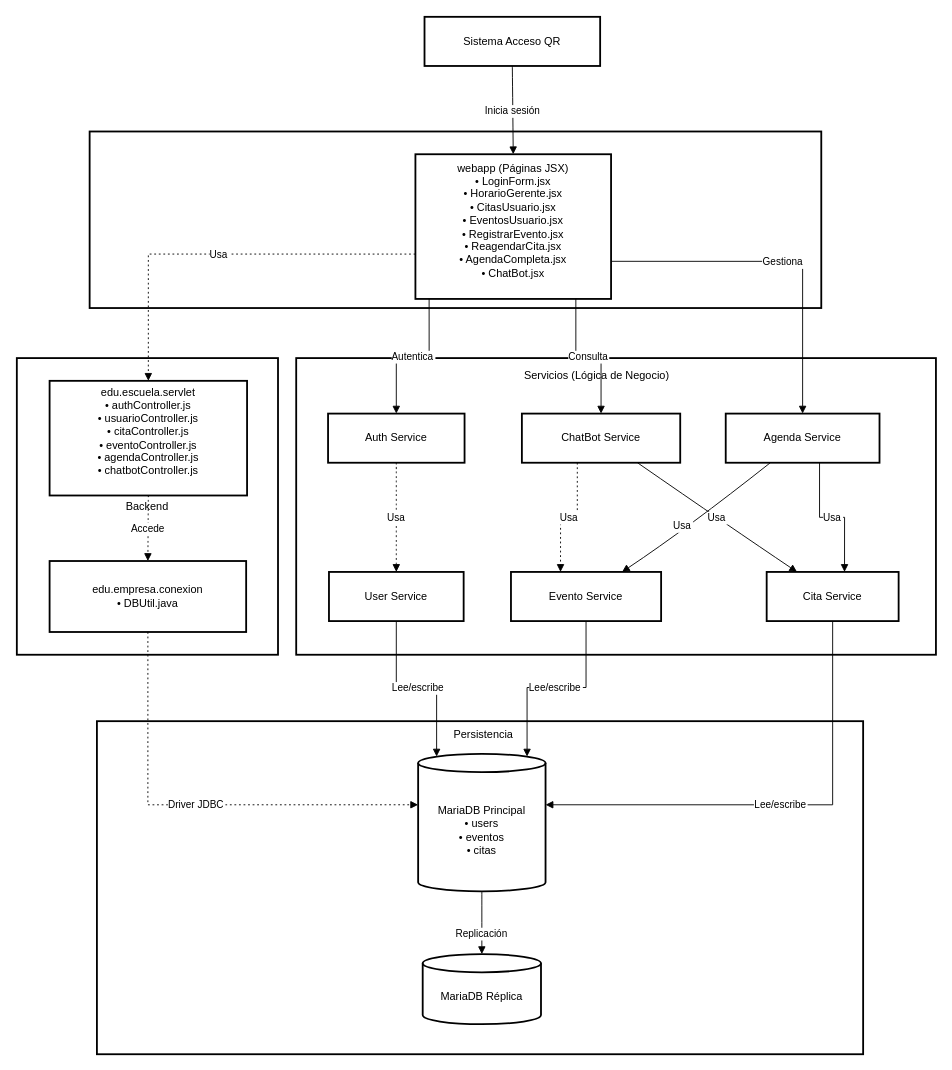
Before: DIAGRA_COMPONENTES.drawio in RogerNegrete/sistemas-distribuidos, a draw.io diagram. Source tidied: cells renumbered, new cells numbered last; positions are measured from the earlier drawing's top-left corner, leaving out a move shared by most shapes. Both pictures are drawn from the tidied source at 91%, with x=0, y=0 at pixel (16, 16).
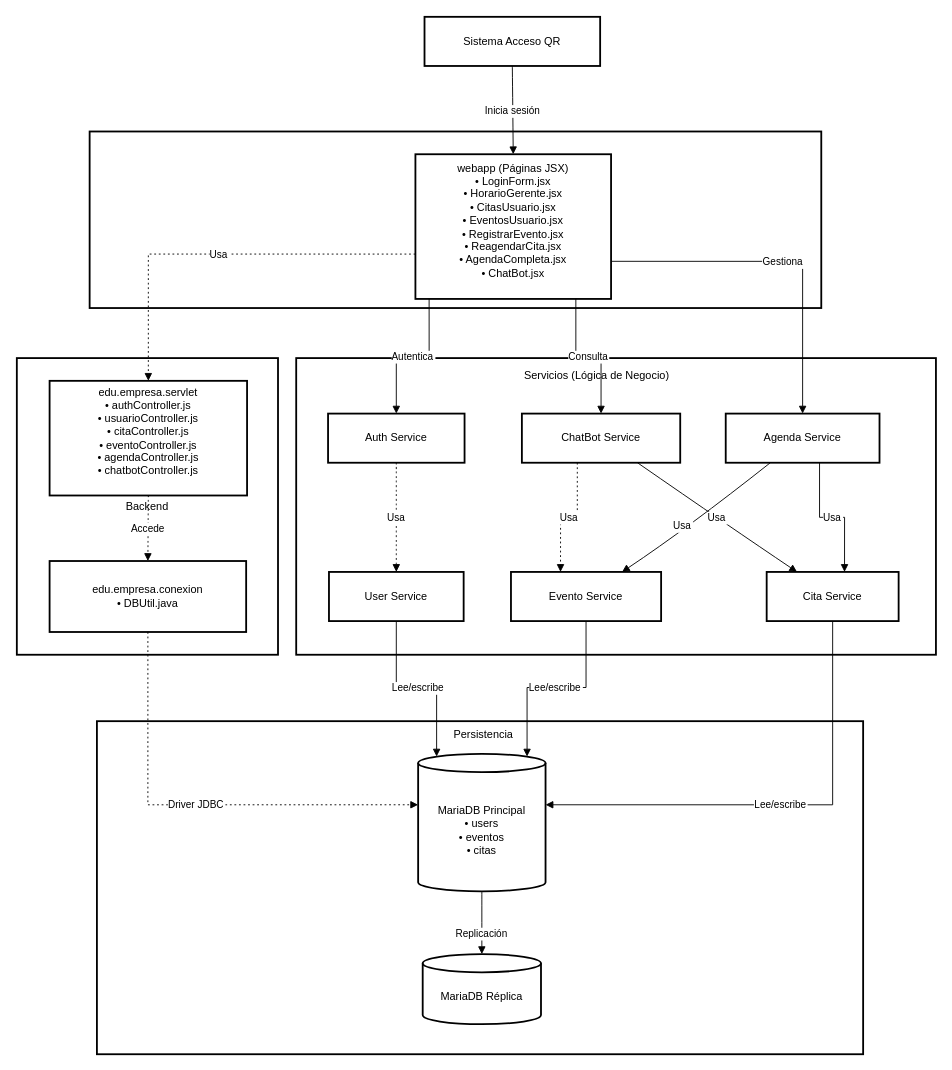
The same page after the edit.

What changed in the source:
```diff
@@
-    <mxCell id="8" value="edu.escuela.servlet&#10;•&#9;authController.js&#10;•&#9;usuarioController.js&#10;•&#9;citaController.js&#10;•&#9;eventoController.js&#10;•&#9;agendaController.js&#10;•&#9;chatbotController.js&#10;" style="whiteSpace=wrap;strokeWidth=2;" parent="1" vertex="1">
+    <mxCell id="8" value="edu.empresa.servlet&#10;•&#9;authController.js&#10;•&#9;usuarioController.js&#10;•&#9;citaController.js&#10;•&#9;eventoController.js&#10;•&#9;agendaController.js&#10;•&#9;chatbotController.js&#10;" style="whiteSpace=wrap;strokeWidth=2;" parent="1" vertex="1">
       <mxGeometry x="36" y="400" width="217" height="126" as="geometry" />
     </mxCell>
```
